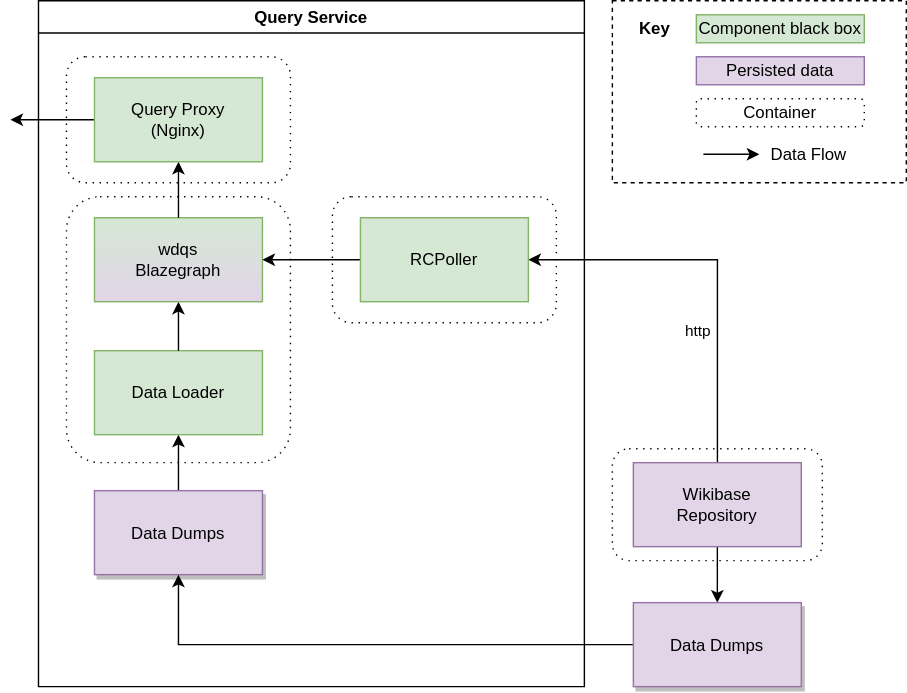
This is systems/Query/diagrams/07-wikibase-docker.drawio.svg from wmde/wikidata-wikibase-architecture, a draw.io export, as it was before one commit. Source tidied: cells renumbered, new cells last; positions are measured from the earlier drawing's top-left corner, leaving out a move shared by most shapes.
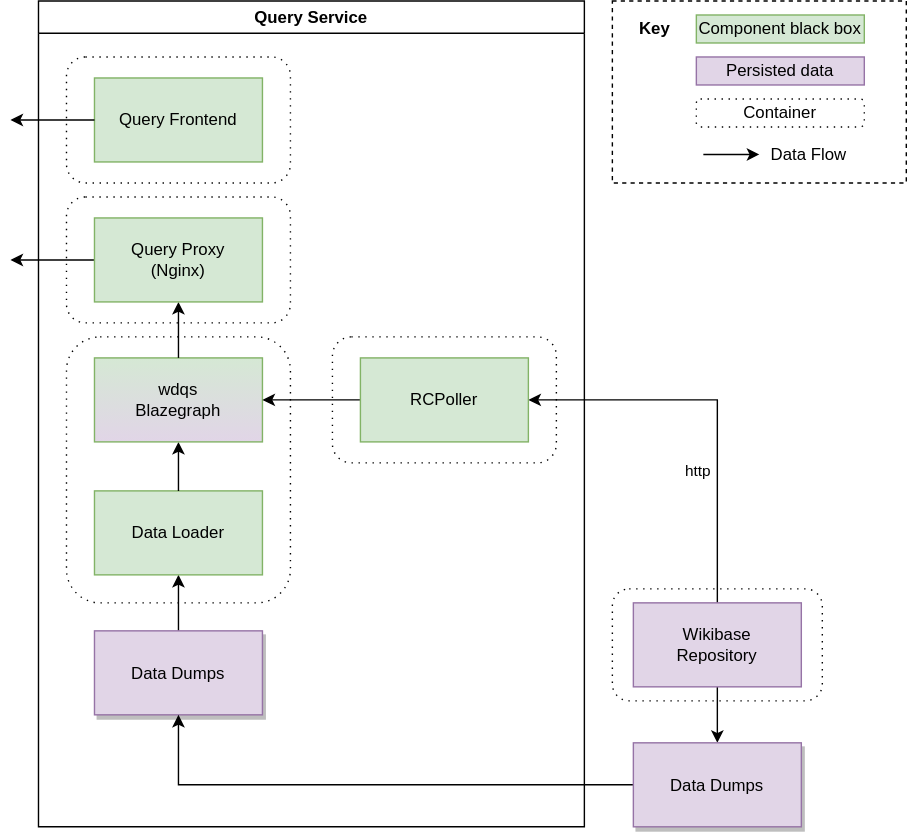
The same diagram one commit later.

Commit message:
Add query frontend to deployment view

Change to the diagram source:
```diff
@@ -2,6 +2,9 @@
   <root>
     <mxCell id="0" />
     <mxCell id="1" parent="0" />
+    <mxCell id="25" style="rounded=1;whiteSpace=wrap;html=1;dashed=1;dashPattern=1 4;fillColor=none;" parent="1" vertex="1">
+      <mxGeometry x="40" y="40" width="160" height="90" as="geometry" />
+    </mxCell>
     <mxCell id="2" style="rounded=1;whiteSpace=wrap;html=1;dashed=1;dashPattern=1 4;fillColor=none;" parent="1" vertex="1">
       <mxGeometry x="230" y="140" width="160" height="90" as="geometry" />
     </mxCell>
@@ -24,25 +27,25 @@
       <mxGeometry x="445" y="330" width="120" height="60" as="geometry" />
     </mxCell>
     <mxCell id="7" style="rounded=0;whiteSpace=wrap;html=1;fillColor=none;dashed=1;" parent="1" vertex="1">
-      <mxGeometry x="430" width="210" height="130" as="geometry" />
+      <mxGeometry x="430" y="-100" width="210" height="130" as="geometry" />
     </mxCell>
     <mxCell id="8" value="&lt;b&gt;Key&lt;/b&gt;" style="text;html=1;align=center;verticalAlign=middle;strokeColor=none;" parent="1" vertex="1">
-      <mxGeometry x="440" y="10" width="40" height="20" as="geometry" />
+      <mxGeometry x="440" y="-90" width="40" height="20" as="geometry" />
     </mxCell>
     <mxCell id="9" value="Component black box" style="rounded=0;whiteSpace=wrap;html=1;align=center;fillColor=#d5e8d4;strokeColor=#82b366;" parent="1" vertex="1">
-      <mxGeometry x="490" y="10" width="120" height="20" as="geometry" />
+      <mxGeometry x="490" y="-90" width="120" height="20" as="geometry" />
     </mxCell>
     <mxCell id="10" value="Persisted data" style="rounded=0;whiteSpace=wrap;html=1;align=center;fillColor=#e1d5e7;strokeColor=#9673a6;" parent="1" vertex="1">
-      <mxGeometry x="490" y="40" width="120" height="20" as="geometry" />
+      <mxGeometry x="490" y="-60" width="120" height="20" as="geometry" />
     </mxCell>
     <mxCell id="11" style="endArrow=classic;html=1;" parent="1" edge="1">
       <mxGeometry relative="1" as="geometry">
-        <mxPoint x="495" y="109.7" as="sourcePoint" />
-        <mxPoint x="535" y="109.7" as="targetPoint" />
+        <mxPoint x="495" y="9.7" as="sourcePoint" />
+        <mxPoint x="535" y="9.7" as="targetPoint" />
       </mxGeometry>
     </mxCell>
     <mxCell id="12" value="Data Flow" style="text;html=1;align=center;verticalAlign=middle;strokeColor=none;" parent="1" vertex="1">
-      <mxGeometry x="535" y="100" width="70" height="20" as="geometry" />
+      <mxGeometry x="535" width="70" height="20" as="geometry" />
     </mxCell>
     <mxCell id="13" style="edgeStyle=orthogonalEdgeStyle;rounded=0;jettySize=auto;html=1;entryX=0.5;entryY=1;entryDx=0;entryDy=0;" parent="1" edge="1" source="14" target="15">
       <mxGeometry relative="1" as="geometry" />
@@ -82,22 +85,19 @@
     <mxCell id="24" value="Data Dumps" style="rounded=0;shadow=1;fontSize=12;strokeColor=#9673a6;direction=west;fillColor=#e1d5e7;" parent="1" vertex="1">
       <mxGeometry x="445" y="430" width="120" height="60" as="geometry" />
     </mxCell>
-    <mxCell id="25" style="rounded=1;whiteSpace=wrap;html=1;dashed=1;dashPattern=1 4;fillColor=none;" parent="1" vertex="1">
-      <mxGeometry x="40" y="40" width="160" height="90" as="geometry" />
-    </mxCell>
     <mxCell id="26" style="rounded=1;whiteSpace=wrap;html=1;dashed=1;dashPattern=1 4;fillColor=none;" parent="1" vertex="1">
       <mxGeometry x="40" y="140" width="160" height="190" as="geometry" />
     </mxCell>
     <mxCell id="27" value="Container" style="rounded=1;whiteSpace=wrap;html=1;dashed=1;dashPattern=1 4;fillColor=none;" parent="1" vertex="1">
-      <mxGeometry x="490" y="70" width="120" height="20" as="geometry" />
+      <mxGeometry x="490" y="-30" width="120" height="20" as="geometry" />
     </mxCell>
     <mxCell id="28" style="rounded=1;whiteSpace=wrap;html=1;dashed=1;dashPattern=1 4;fillColor=none;" parent="1" vertex="1">
       <mxGeometry x="430" y="320" width="150" height="80" as="geometry" />
     </mxCell>
     <mxCell id="29" value="Query Service" style="swimlane;" parent="1" vertex="1">
-      <mxGeometry x="20" width="390" height="490" as="geometry" />
+      <mxGeometry x="20" y="-100" width="390" height="590" as="geometry" />
     </mxCell>
-    <mxCell id="30" style="edgeStyle=orthogonalEdgeStyle;rounded=0;jettySize=auto;html=1;exitX=1;exitY=0.75;exitDx=0;exitDy=0;entryX=0;entryY=0.75;entryDx=0;entryDy=0;" parent="29" edge="1" target="x">
+    <mxCell id="30" style="edgeStyle=orthogonalEdgeStyle;rounded=0;orthogonalLoop=1;jettySize=auto;html=1;exitX=1;exitY=0.75;exitDx=0;exitDy=0;entryX=0;entryY=0.75;entryDx=0;entryDy=0;" parent="29" edge="1">
       <mxGeometry relative="1" as="geometry">
         <mxPoint x="380" y="115" as="sourcePoint" />
       </mxGeometry>
@@ -107,10 +107,21 @@
         <mxPoint x="18" y="12" as="offset" />
       </mxGeometry>
     </mxCell>
-    <mxCell id="32" style="edgeStyle=orthogonalEdgeStyle;rounded=0;jettySize=auto;html=1;exitX=0;exitY=0.25;exitDx=0;exitDy=0;entryX=1;entryY=0.25;entryDx=0;entryDy=0;" parent="29" edge="1" source="x">
+    <mxCell id="32" style="edgeStyle=orthogonalEdgeStyle;rounded=0;orthogonalLoop=1;jettySize=auto;html=1;exitX=0;exitY=0.25;exitDx=0;exitDy=0;entryX=1;entryY=0.25;entryDx=0;entryDy=0;" parent="29" edge="1">
       <mxGeometry relative="1" as="geometry">
         <mxPoint x="380" y="85" as="targetPoint" />
       </mxGeometry>
     </mxCell>
+    <mxCell id="33" style="rounded=1;whiteSpace=wrap;html=1;dashed=1;dashPattern=1 4;fillColor=none;" parent="29" vertex="1">
+      <mxGeometry x="20" y="40" width="160" height="90" as="geometry" />
+    </mxCell>
+    <mxCell id="34" value="Query Frontend" style="rounded=0;whiteSpace=wrap;html=1;fillColor=#d5e8d4;strokeColor=#82b366;" parent="29" vertex="1">
+      <mxGeometry x="40" y="55" width="120" height="60" as="geometry" />
+    </mxCell>
+    <mxCell id="35" style="edgeStyle=orthogonalEdgeStyle;rounded=0;jettySize=auto;html=1;exitX=0;exitY=0.5;exitDx=0;exitDy=0;" parent="1" edge="1" source="34">
+      <mxGeometry relative="1" as="geometry">
+        <mxPoint y="-15" as="targetPoint" />
+      </mxGeometry>
+    </mxCell>
   </root>
 </mxGraphModel>
```
